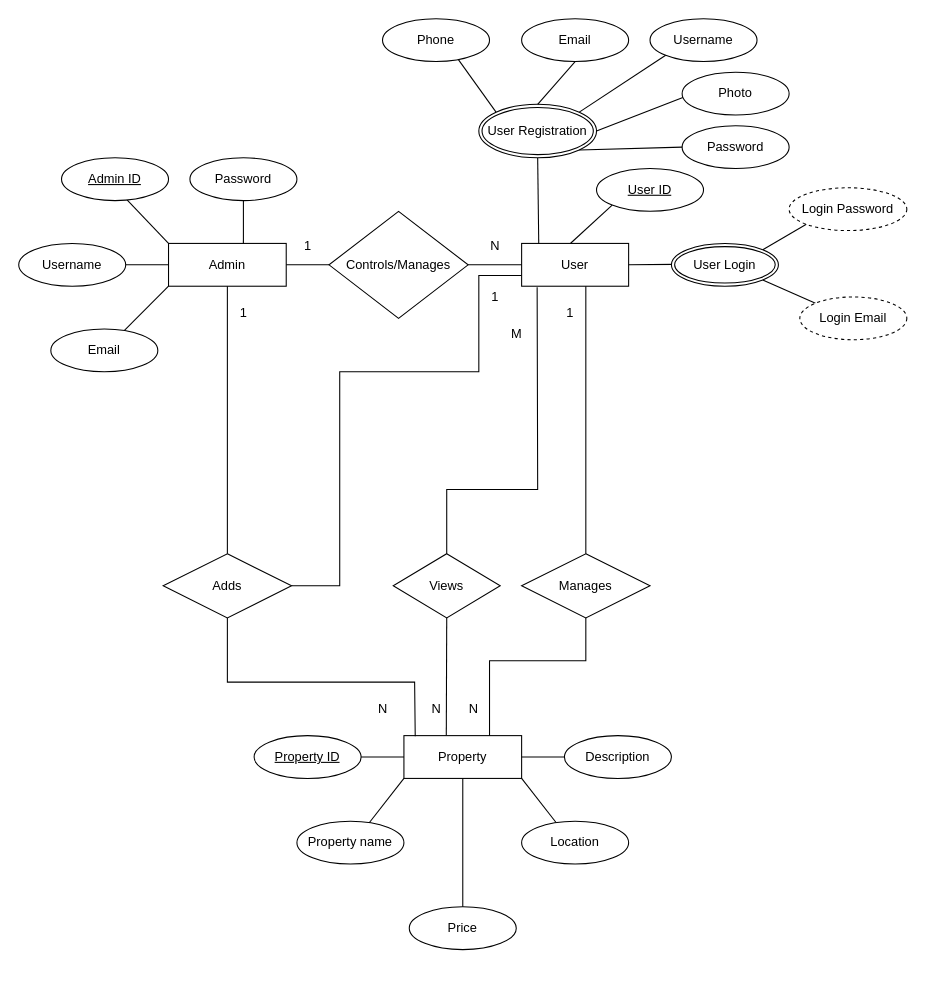
Earlier version of the draw.io diagram Untitled Diagram.drawio (stormraider2059/csit-2077-photos). Source tidied: cells renumbered, new cells numbered last; positions are measured from the earlier drawing's top-left corner, leaving out a move shared by most shapes. Both pictures are drawn from the tidied source at 107%, with x=0, y=0 at pixel (18, 18).
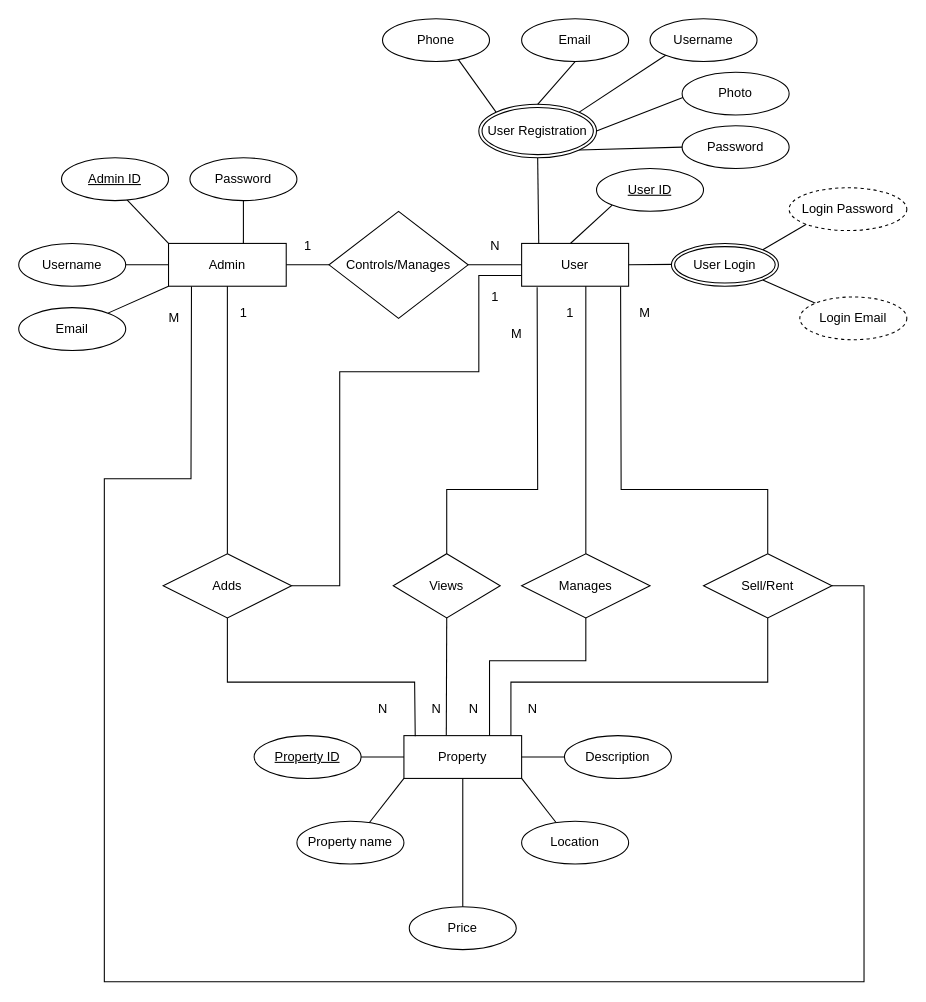
After the change.

Unchanged cells that the change refers to:
```xml
<mxCell id="2" value="User" style="whiteSpace=wrap;html=1;align=center;" parent="1" vertex="1">
  <mxGeometry x="470" y="210" width="100" height="40" as="geometry" />
</mxCell>
<mxCell id="3" value="Admin" style="whiteSpace=wrap;html=1;align=center;" parent="1" vertex="1">
  <mxGeometry x="140" y="210" width="110" height="40" as="geometry" />
</mxCell>
<mxCell id="32" value="Property" style="whiteSpace=wrap;html=1;align=center;" parent="1" vertex="1">
  <mxGeometry x="360" y="670" width="110" height="40" as="geometry" />
</mxCell>
```

Change to the diagram source:
```diff
@@
     <mxCell id="10" value="Email" style="ellipse;whiteSpace=wrap;html=1;align=center;" parent="1" vertex="1">
-      <mxGeometry x="30" y="290" width="100" height="40" as="geometry" />
+      <mxGeometry y="270" width="100" height="40" as="geometry" />
     </mxCell>
@@
+    <mxCell id="65" style="endArrow=none;html=1;rounded=0;entryX=0.195;entryY=1.007;entryDx=0;entryDy=0;entryPerimeter=0;exitX=1;exitY=0.5;exitDx=0;exitDy=0;" parent="1" edge="1" source="68" target="3">
+      <mxGeometry relative="1" as="geometry">
+        <Array as="points">
+          <mxPoint x="790" y="530" />
+          <mxPoint x="790" y="550" />
+          <mxPoint x="790" y="900" />
+          <mxPoint x="80" y="900" />
+          <mxPoint x="80" y="430" />
+          <mxPoint x="161" y="430" />
+        </Array>
+      </mxGeometry>
+    </mxCell>
+    <mxCell id="66" value="M" style="text;html=1;align=center;verticalAlign=middle;strokeColor=none;fillColor=none;" parent="1" vertex="1">
+      <mxGeometry x="130" y="265" width="30" height="30" as="geometry" />
+    </mxCell>
+    <mxCell id="67" style="endArrow=none;html=1;rounded=0;entryX=0.925;entryY=1.012;entryDx=0;entryDy=0;entryPerimeter=0;exitX=0.5;exitY=0;exitDx=0;exitDy=0;" parent="1" edge="1" source="68" target="2">
+      <mxGeometry relative="1" as="geometry">
+        <Array as="points">
+          <mxPoint x="700" y="440" />
+          <mxPoint x="563" y="440" />
+        </Array>
+      </mxGeometry>
+    </mxCell>
+    <mxCell id="68" value="Sell/Rent" style="shape=rhombus;perimeter=rhombusPerimeter;whiteSpace=wrap;html=1;align=center;" parent="1" vertex="1">
+      <mxGeometry x="640" y="500" width="120" height="60" as="geometry" />
+    </mxCell>
+    <mxCell id="69" value="M" style="text;html=1;align=center;verticalAlign=middle;strokeColor=none;fillColor=none;" parent="1" vertex="1">
+      <mxGeometry x="570" y="260" width="30" height="30" as="geometry" />
+    </mxCell>
+    <mxCell id="70" style="endArrow=none;html=1;rounded=0;entryX=0.5;entryY=1;entryDx=0;entryDy=0;exitX=0.909;exitY=0;exitDx=0;exitDy=0;exitPerimeter=0;" parent="1" edge="1" source="32" target="68">
+      <mxGeometry relative="1" as="geometry">
+        <Array as="points">
+          <mxPoint x="460" y="620" />
+          <mxPoint x="560" y="620" />
+          <mxPoint x="630" y="620" />
+          <mxPoint x="700" y="620" />
+        </Array>
+      </mxGeometry>
+    </mxCell>
+    <mxCell id="71" value="N" style="text;html=1;align=center;verticalAlign=middle;strokeColor=none;fillColor=none;" parent="1" vertex="1">
+      <mxGeometry x="465" y="630" width="30" height="30" as="geometry" />
+    </mxCell>
```
